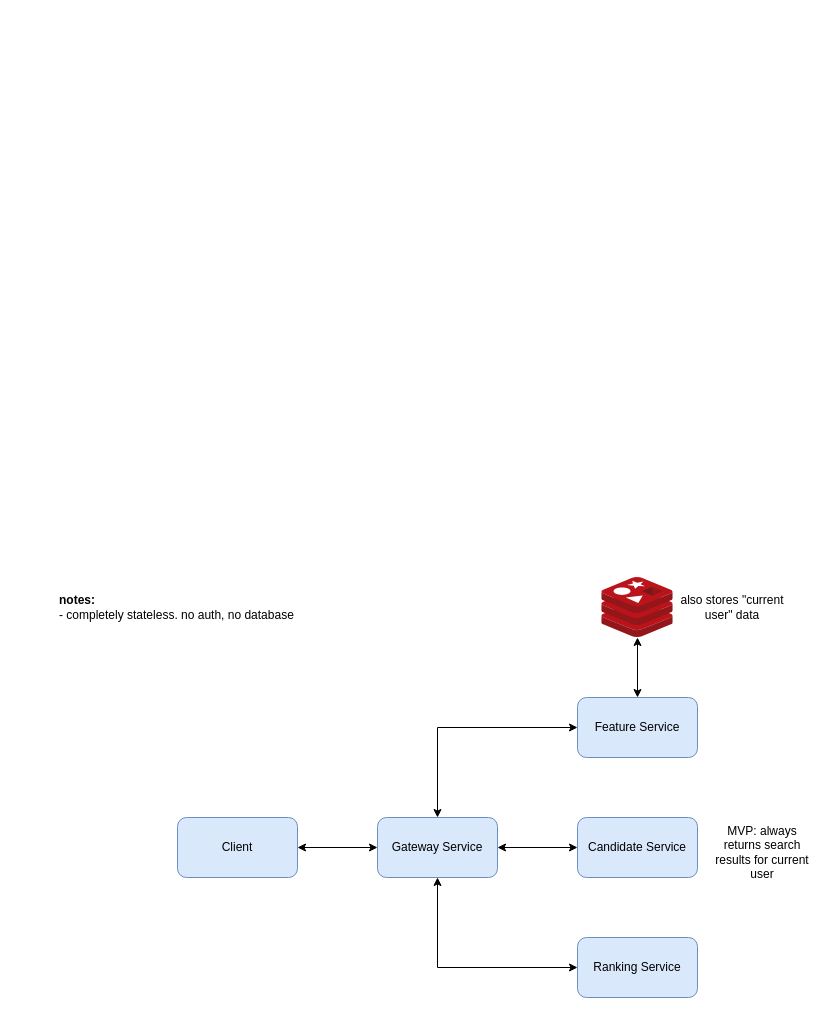
AshkanArabim/movie-recommender keeps this draw.io diagram as docs/mvp-microservices.drawio. Above is the earlier version. Source tidied: cells renumbered, new cells numbered last; positions are measured from the earlier drawing's top-left corner, leaving out a move shared by most shapes. Both pictures are drawn from the tidied source at 100%, with x=0, y=0 at pixel (57, 537).
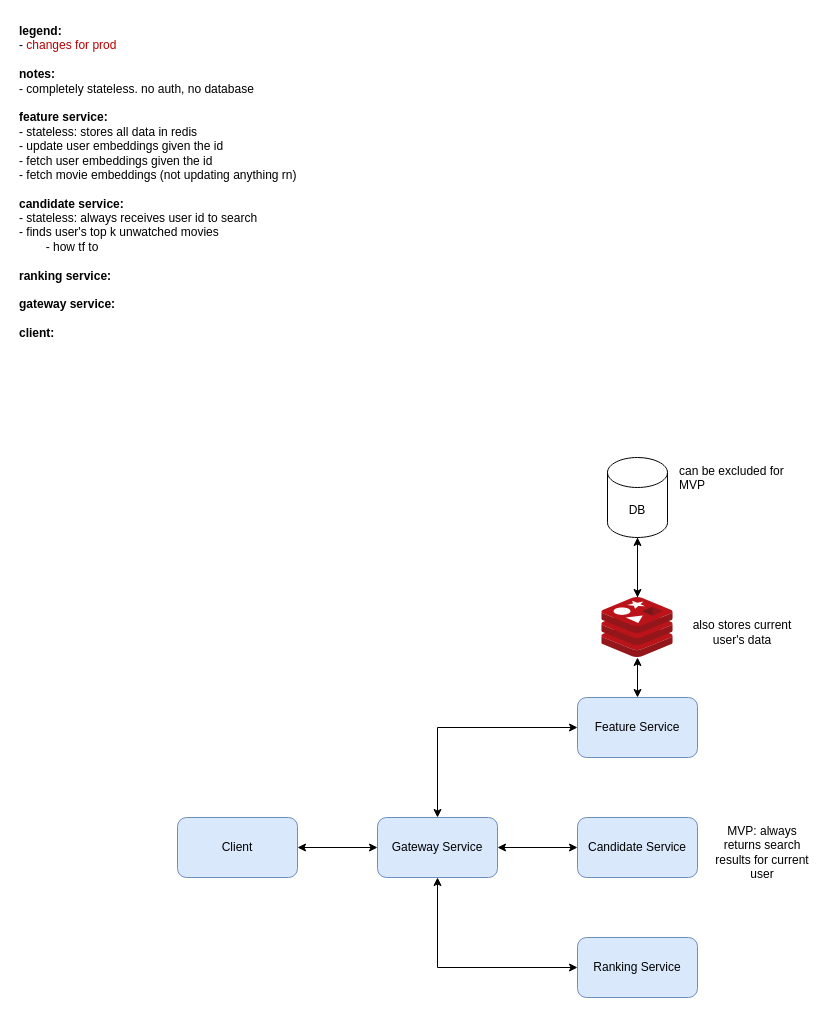
Above is the later version.

Change to the diagram source:
```diff
@@
 <mxGraphModel>
   <root>
     <mxCell id="0" />
     <mxCell id="1" parent="0" />
     <mxCell id="2" style="edgeStyle=orthogonalEdgeStyle;rounded=0;jettySize=auto;html=1;startArrow=classic;startFill=1;" parent="1" edge="1" source="4" target="10">
       <mxGeometry relative="1" as="geometry" />
     </mxCell>
     <mxCell id="3" style="edgeStyle=orthogonalEdgeStyle;rounded=0;jettySize=auto;html=1;startArrow=classic;startFill=1;" parent="1" edge="1" source="4" target="12">
       <mxGeometry relative="1" as="geometry" />
     </mxCell>
     <mxCell id="4" value="Feature Service" style="rounded=1;whiteSpace=wrap;html=1;fillColor=#dae8fc;strokeColor=#6c8ebf;" parent="1" vertex="1">
       <mxGeometry x="520" y="160" width="120" height="60" as="geometry" />
     </mxCell>
     <mxCell id="5" style="edgeStyle=orthogonalEdgeStyle;rounded=0;jettySize=auto;html=1;startArrow=classic;startFill=1;" parent="1" edge="1" source="6" target="10">
       <mxGeometry relative="1" as="geometry" />
     </mxCell>
     <mxCell id="6" value="Candidate Service" style="rounded=1;whiteSpace=wrap;html=1;fillColor=#dae8fc;strokeColor=#6c8ebf;" parent="1" vertex="1">
       <mxGeometry x="520" y="280" width="120" height="60" as="geometry" />
     </mxCell>
     <mxCell id="7" style="edgeStyle=orthogonalEdgeStyle;rounded=0;jettySize=auto;html=1;startArrow=classic;startFill=1;" parent="1" edge="1" source="8" target="10">
       <mxGeometry relative="1" as="geometry" />
     </mxCell>
     <mxCell id="8" value="Ranking Service" style="rounded=1;whiteSpace=wrap;html=1;fillColor=#dae8fc;strokeColor=#6c8ebf;" parent="1" vertex="1">
       <mxGeometry x="520" y="400" width="120" height="60" as="geometry" />
     </mxCell>
     <mxCell id="9" style="edgeStyle=orthogonalEdgeStyle;rounded=0;jettySize=auto;html=1;startArrow=classic;startFill=1;" parent="1" edge="1" source="10" target="11">
       <mxGeometry relative="1" as="geometry" />
     </mxCell>
     <mxCell id="10" value="Gateway S&lt;span style=&quot;background-color: transparent; color: light-dark(rgb(0, 0, 0), rgb(255, 255, 255));&quot;&gt;ervice&lt;/span&gt;" style="rounded=1;whiteSpace=wrap;html=1;fillColor=#dae8fc;strokeColor=#6c8ebf;" parent="1" vertex="1">
       <mxGeometry x="320" y="280" width="120" height="60" as="geometry" />
     </mxCell>
     <mxCell id="11" value="Client" style="rounded=1;whiteSpace=wrap;html=1;fillColor=#dae8fc;strokeColor=#6c8ebf;" parent="1" vertex="1">
       <mxGeometry x="120" y="280" width="120" height="60" as="geometry" />
     </mxCell>
+    <mxCell id="16" style="edgeStyle=orthogonalEdgeStyle;rounded=0;jettySize=auto;html=1;" parent="1" edge="1" source="12" target="18">
+      <mxGeometry relative="1" as="geometry" />
+    </mxCell>
     <mxCell id="12" style="image;sketch=0;html=1;points=[];align=center;fontSize=12;image=img/lib/mscae/Cache_Redis_Product.svg;" parent="1" vertex="1">
-      <mxGeometry x="544.3" y="40" width="71.4" height="60" as="geometry" />
+      <mxGeometry x="544.3" y="60" width="71.4" height="60" as="geometry" />
     </mxCell>
-    <mxCell id="13" value="also stores &quot;current user&quot; data" style="text;html=1;whiteSpace=wrap;strokeColor=none;fillColor=none;align=center;verticalAlign=middle;rounded=0;" parent="1" vertex="1">
-      <mxGeometry x="620" y="35" width="110" height="70" as="geometry" />
+    <mxCell id="13" value="also stores current user's data" style="text;html=1;whiteSpace=wrap;strokeColor=none;fillColor=none;align=center;verticalAlign=middle;rounded=0;" parent="1" vertex="1">
+      <mxGeometry x="630" y="60" width="110" height="70" as="geometry" />
     </mxCell>
-    <mxCell id="14" value="&lt;div&gt;&lt;b&gt;notes:&lt;/b&gt;&lt;/div&gt;- completely stateless. no auth, no database" style="text;html=1;whiteSpace=wrap;strokeColor=none;fillColor=none;align=left;verticalAlign=middle;rounded=0;" parent="1" vertex="1">
-      <mxGeometry width="290" height="140" as="geometry" />
+    <mxCell id="14" value="&lt;div&gt;&lt;b&gt;legend:&lt;/b&gt;&lt;/div&gt;&lt;div&gt;- &lt;font color=&quot;rgba(0, 0, 0, 0)&quot;&gt;changes for prod&lt;/font&gt;&lt;/div&gt;&lt;div&gt;&lt;b&gt;&lt;br&gt;&lt;/b&gt;&lt;/div&gt;&lt;div&gt;&lt;b&gt;notes:&lt;/b&gt;&lt;/div&gt;- completely stateless. no auth, no database&lt;div&gt;&lt;br&gt;&lt;/div&gt;&lt;div&gt;&lt;b&gt;feature service:&lt;/b&gt;&lt;/div&gt;&lt;div&gt;- stateless: stores all data in redis&lt;/div&gt;&lt;div&gt;- update user embeddings given the id&lt;/div&gt;&lt;div&gt;- fetch user embeddings given the id&lt;/div&gt;&lt;div&gt;- fetch movie embeddings (not updating anything rn)&lt;/div&gt;&lt;div&gt;&lt;b&gt;&lt;br&gt;&lt;/b&gt;&lt;/div&gt;&lt;div&gt;&lt;b&gt;candidate service:&lt;/b&gt;&lt;/div&gt;&lt;div&gt;- stateless: always receives user id to search&lt;/div&gt;&lt;div&gt;- finds user's top k unwatched movies&lt;/div&gt;&lt;div&gt;&lt;span style=&quot;white-space: pre;&quot;&gt;&#9;&lt;/span&gt;- how tf to&amp;nbsp;&lt;br&gt;&lt;/div&gt;&lt;div&gt;&lt;b&gt;&lt;br&gt;&lt;/b&gt;&lt;/div&gt;&lt;div&gt;&lt;b&gt;ranking service:&lt;/b&gt;&lt;/div&gt;&lt;div&gt;&lt;b&gt;&lt;br&gt;&lt;/b&gt;&lt;/div&gt;&lt;div&gt;&lt;b&gt;gateway service:&lt;/b&gt;&lt;/div&gt;&lt;div&gt;&lt;b&gt;&lt;br&gt;&lt;/b&gt;&lt;/div&gt;&lt;div&gt;&lt;b&gt;client:&lt;/b&gt;&lt;/div&gt;" style="text;html=1;whiteSpace=wrap;strokeColor=none;fillColor=none;align=left;verticalAlign=top;rounded=0;" parent="1" vertex="1">
+      <mxGeometry x="-40" y="-520" width="290" height="400" as="geometry" />
     </mxCell>
     <mxCell id="15" value="MVP: always returns search results for current user" style="text;html=1;whiteSpace=wrap;strokeColor=none;fillColor=none;align=center;verticalAlign=middle;rounded=0;" parent="1" vertex="1">
       <mxGeometry x="650" y="280" width="110" height="70" as="geometry" />
     </mxCell>
+    <mxCell id="17" style="edgeStyle=orthogonalEdgeStyle;rounded=0;jettySize=auto;html=1;" parent="1" edge="1" source="18" target="12">
+      <mxGeometry relative="1" as="geometry" />
+    </mxCell>
+    <mxCell id="18" value="DB" style="shape=cylinder3;whiteSpace=wrap;html=1;boundedLbl=1;backgroundOutline=1;size=15;" parent="1" vertex="1">
+      <mxGeometry x="550" y="-80" width="60" height="80" as="geometry" />
+    </mxCell>
+    <mxCell id="19" value="can be excluded for MVP" style="text;html=1;whiteSpace=wrap;strokeColor=none;fillColor=none;align=left;verticalAlign=top;rounded=0;" parent="1" vertex="1">
+      <mxGeometry x="620" y="-80" width="110" height="70" as="geometry" />
+    </mxCell>
   </root>
 </mxGraphModel>
```
